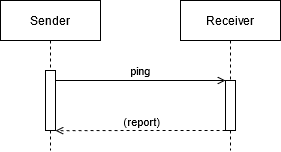
This is docs/DID Communications Research and Specification/img/trust-ping.png from iotaledger/identity.rs, a draw.io export, as it was before one commit. Source tidied: cells renumbered, new cells last; positions are measured from the earlier drawing's top-left corner, leaving out a move shared by most shapes.
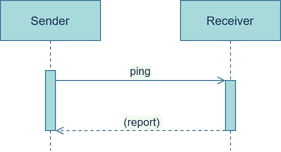
Later version of the same file.

Diff of the diagram source:
```diff
@@ -1,23 +1,23 @@
-<mxGraphModel>
+<mxGraphModel background="#F1FAEE">
   <root>
     <mxCell id="0" />
     <mxCell id="1" parent="0" />
-    <mxCell id="2" value="Sender" style="shape=umlLifeline;perimeter=lifelinePerimeter;rounded=0;shadow=0;strokeWidth=1;" parent="1" vertex="1">
+    <mxCell id="2" value="Sender" style="shape=umlLifeline;perimeter=lifelinePerimeter;rounded=0;shadow=0;strokeWidth=1;fillColor=#A8DADC;strokeColor=#457B9D;fontColor=#1D3557;" parent="1" vertex="1">
       <mxGeometry width="100" height="150" as="geometry" />
     </mxCell>
-    <mxCell id="3" style="points=[];perimeter=orthogonalPerimeter;rounded=0;shadow=0;strokeWidth=1;" parent="2" vertex="1">
+    <mxCell id="3" style="points=[];perimeter=orthogonalPerimeter;rounded=0;shadow=0;strokeWidth=1;fillColor=#A8DADC;strokeColor=#457B9D;fontColor=#1D3557;" parent="2" vertex="1">
       <mxGeometry x="45" y="70" width="10" height="60" as="geometry" />
     </mxCell>
-    <mxCell id="4" value="Receiver" style="shape=umlLifeline;perimeter=lifelinePerimeter;rounded=0;shadow=0;strokeWidth=1;" parent="1" vertex="1">
+    <mxCell id="4" value="Receiver" style="shape=umlLifeline;perimeter=lifelinePerimeter;rounded=0;shadow=0;strokeWidth=1;fillColor=#A8DADC;strokeColor=#457B9D;fontColor=#1D3557;" parent="1" vertex="1">
       <mxGeometry x="180" width="100" height="150" as="geometry" />
     </mxCell>
-    <mxCell id="5" style="points=[];perimeter=orthogonalPerimeter;rounded=0;shadow=0;strokeWidth=1;" parent="4" vertex="1">
+    <mxCell id="5" style="points=[];perimeter=orthogonalPerimeter;rounded=0;shadow=0;strokeWidth=1;fillColor=#A8DADC;strokeColor=#457B9D;fontColor=#1D3557;" parent="4" vertex="1">
       <mxGeometry x="45" y="80" width="10" height="50" as="geometry" />
     </mxCell>
-    <mxCell id="6" value="ping" style="verticalAlign=bottom;endArrow=open;entryX=0;entryY=0;shadow=0;strokeWidth=1;endFill=0;" parent="1" edge="1" source="3" target="5">
+    <mxCell id="6" value="ping" style="verticalAlign=bottom;endArrow=open;entryX=0;entryY=0;shadow=0;strokeWidth=1;endFill=0;labelBackgroundColor=#F1FAEE;strokeColor=#457B9D;fontColor=#1D3557;" parent="1" edge="1" source="3" target="5">
       <mxGeometry relative="1" as="geometry" />
     </mxCell>
-    <mxCell id="7" value="(report)" style="verticalAlign=bottom;endArrow=open;shadow=0;strokeWidth=1;endFill=0;dashed=1;exitX=0.002;exitY=0.999;exitDx=0;exitDy=0;exitPerimeter=0;entryX=0.997;entryY=1.003;entryDx=0;entryDy=0;entryPerimeter=0;" parent="1" edge="1" source="5" target="3">
+    <mxCell id="7" value="(report)" style="verticalAlign=bottom;endArrow=open;shadow=0;strokeWidth=1;endFill=0;dashed=1;exitX=0.002;exitY=0.999;exitDx=0;exitDy=0;exitPerimeter=0;entryX=0.997;entryY=1.003;entryDx=0;entryDy=0;entryPerimeter=0;labelBackgroundColor=#F1FAEE;strokeColor=#457B9D;fontColor=#1D3557;" parent="1" edge="1" source="5" target="3">
       <mxGeometry x="-0.02" y="1" relative="1" as="geometry">
         <Array as="points">
           <mxPoint x="110" y="130" />
```
